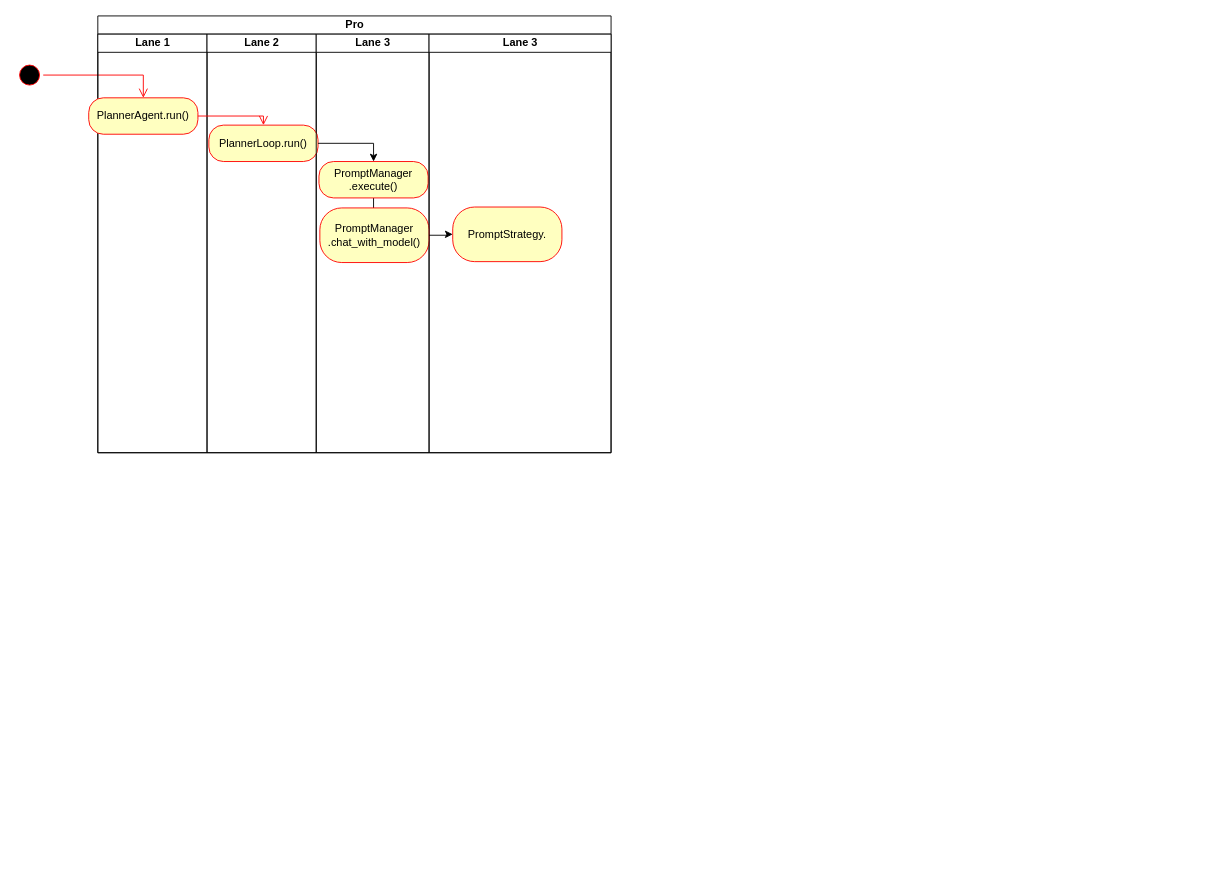
Above: Untitled Diagram.drawio in Significant-Gravitas/AutoGPT (draw.io), before the change. Source tidied: cells renumbered, new cells numbered last; positions are measured from the earlier drawing's top-left corner, leaving out a move shared by most shapes. Both pictures are drawn from the tidied source at 91%, with x=0, y=0 at pixel (15, 15).
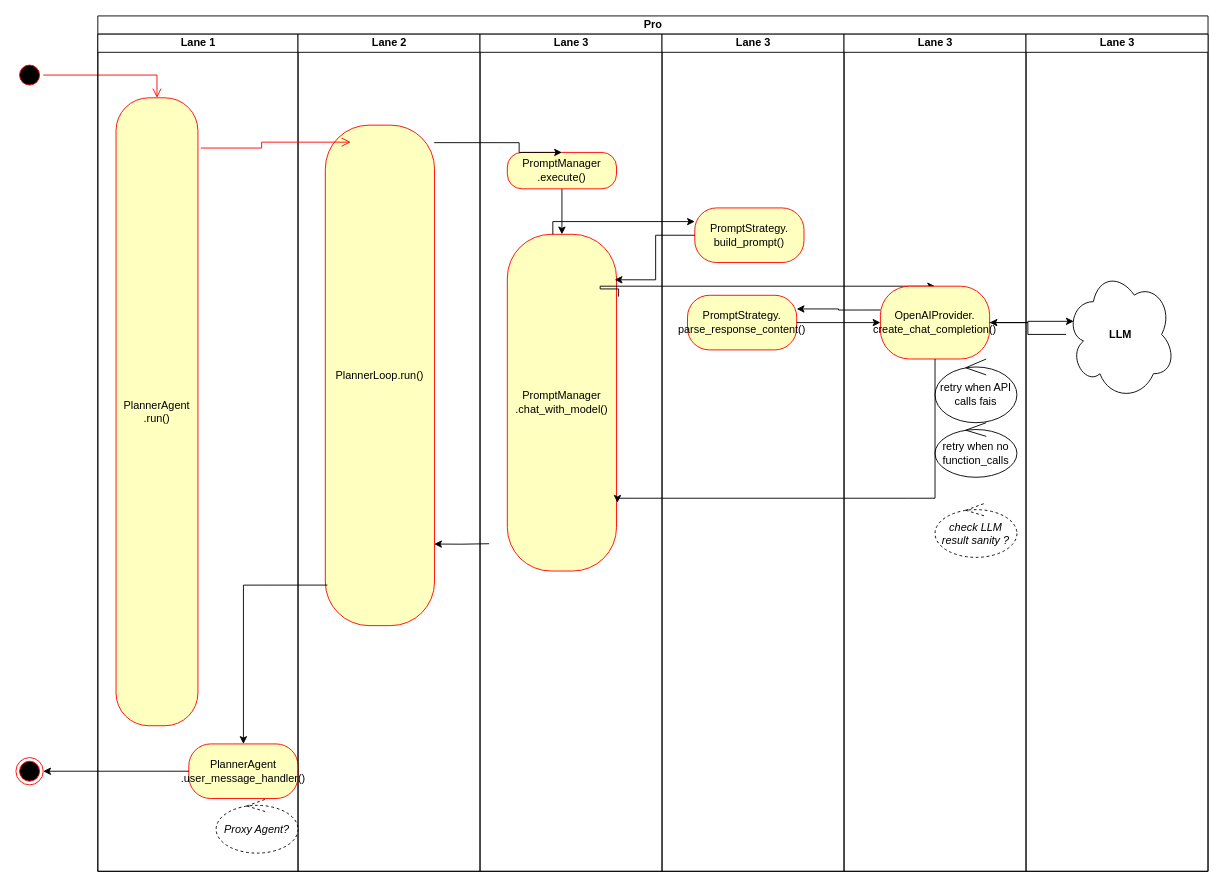
After the change.

Diff of the diagram source:
```diff
@@
     <mxCell id="4" value="Pro" style="swimlane;startSize=20;html=1;" parent="1" vertex="1">
-      <mxGeometry x="90" width="564" height="480" as="geometry" />
+      <mxGeometry x="90" width="1220" height="940" as="geometry" />
     </mxCell>
     <mxCell id="5" value="Lane 1" style="swimlane;startSize=20;html=1;" parent="4" vertex="1">
-      <mxGeometry y="20" width="120" height="460" as="geometry" />
+      <mxGeometry y="20" width="220" height="920" as="geometry" />
     </mxCell>
-    <mxCell id="6" value="PlannerAgent.run()" style="rounded=1;whiteSpace=wrap;html=1;arcSize=40;fontColor=#000000;fillColor=#ffffc0;strokeColor=#ff0000;" parent="5" vertex="1">
-      <mxGeometry x="-10" y="70" width="120" height="40" as="geometry" />
+    <mxCell id="6" value="PlannerAgent .run()" style="rounded=1;whiteSpace=wrap;html=1;arcSize=40;fontColor=#000000;fillColor=#ffffc0;strokeColor=#ff0000;" parent="5" vertex="1">
+      <mxGeometry x="20" y="70" width="90" height="690" as="geometry" />
     </mxCell>
+    <mxCell id="18" value="PlannerAgent .user_message_handler()" style="whiteSpace=wrap;html=1;fillColor=#ffffc0;strokeColor=#ff0000;fontColor=#000000;rounded=1;arcSize=40;" parent="5" vertex="1">
+      <mxGeometry x="100" y="780" width="120" height="60" as="geometry" />
+    </mxCell>
+    <mxCell id="19" value="Proxy Agent?" style="ellipse;shape=umlControl;whiteSpace=wrap;html=1;dashed=1;fontStyle=2;" parent="5" vertex="1">
+      <mxGeometry x="130" y="840" width="90" height="60" as="geometry" />
+    </mxCell>
     <mxCell id="7" value="Lane 2" style="swimlane;startSize=20;html=1;" parent="4" vertex="1">
-      <mxGeometry x="120" y="20" width="120" height="460" as="geometry" />
+      <mxGeometry x="220" y="20" width="200" height="920" as="geometry" />
     </mxCell>
     <mxCell id="8" value="PlannerLoop.run()" style="rounded=1;whiteSpace=wrap;html=1;arcSize=40;fontColor=#000000;fillColor=#ffffc0;strokeColor=#ff0000;" parent="7" vertex="1">
-      <mxGeometry x="2" y="100" width="120" height="40" as="geometry" />
+      <mxGeometry x="30" y="100" width="120" height="550" as="geometry" />
     </mxCell>
     <mxCell id="9" value="Lane 3" style="swimlane;startSize=20;html=1;" parent="4" vertex="1">
-      <mxGeometry x="240" y="20" width="124" height="460" as="geometry" />
+      <mxGeometry x="420" y="20" width="200" height="920" as="geometry" />
     </mxCell>
@@
     <mxCell id="11" value="PromptManager .execute()" style="rounded=1;whiteSpace=wrap;html=1;arcSize=40;fontColor=#000000;fillColor=#ffffc0;strokeColor=#ff0000;" parent="9" vertex="1">
-      <mxGeometry x="3" y="140" width="120" height="40" as="geometry" />
+      <mxGeometry x="30" y="130" width="120" height="40" as="geometry" />
     </mxCell>
     <mxCell id="12" value="PromptManager .chat_with_model()" style="whiteSpace=wrap;html=1;fillColor=#ffffc0;strokeColor=#ff0000;fontColor=#000000;rounded=1;arcSize=40;" parent="9" vertex="1">
-      <mxGeometry x="4" y="191" width="120" height="60" as="geometry" />
+      <mxGeometry x="30" y="220" width="120" height="370" as="geometry" />
     </mxCell>
+    <mxCell id="20" style="edgeStyle=orthogonalEdgeStyle;rounded=0;jettySize=auto;html=1;entryX=0.5;entryY=0;entryDx=0;entryDy=0;exitX=1.019;exitY=0.185;exitDx=0;exitDy=0;exitPerimeter=0;" parent="4" edge="1" source="12" target="23">
+      <mxGeometry relative="1" as="geometry">
+        <Array as="points">
+          <mxPoint x="552" y="300" />
+        </Array>
+      </mxGeometry>
+    </mxCell>
     <mxCell id="13" value="Lane 3" style="swimlane;startSize=20;html=1;" parent="4" vertex="1">
-      <mxGeometry x="364" y="20" width="200" height="460" as="geometry" />
+      <mxGeometry x="620" y="20" width="200" height="920" as="geometry" />
     </mxCell>
-    <mxCell id="14" value="PromptStrategy." style="whiteSpace=wrap;html=1;fillColor=#ffffc0;strokeColor=#ff0000;fontColor=#000000;rounded=1;arcSize=40;" parent="13" vertex="1">
-      <mxGeometry x="26" y="190" width="120" height="60" as="geometry" />
+    <mxCell id="14" value="PromptStrategy.&lt;br&gt;build_prompt()" style="whiteSpace=wrap;html=1;fillColor=#ffffc0;strokeColor=#ff0000;fontColor=#000000;rounded=1;arcSize=40;" parent="13" vertex="1">
+      <mxGeometry x="36" y="191" width="120" height="60" as="geometry" />
     </mxCell>
+    <mxCell id="21" value="PromptStrategy.&lt;br&gt;parse_response_content()" style="whiteSpace=wrap;html=1;fillColor=#ffffc0;strokeColor=#ff0000;fontColor=#000000;rounded=1;arcSize=40;" parent="13" vertex="1">
+      <mxGeometry x="28" y="287" width="120" height="60" as="geometry" />
+    </mxCell>
-    <mxCell id="15" style="edgeStyle=orthogonalEdgeStyle;html=1;verticalAlign=bottom;endArrow=open;endSize=8;strokeColor=#ff0000;rounded=0;entryX=0.5;entryY=0;entryDx=0;entryDy=0;" parent="4" edge="1" source="6" target="8">
+    <mxCell id="15" style="edgeStyle=orthogonalEdgeStyle;html=1;verticalAlign=bottom;endArrow=open;endSize=8;strokeColor=#ff0000;rounded=0;entryX=0.233;entryY=0.034;entryDx=0;entryDy=0;exitX=1.036;exitY=0.08;exitDx=0;exitDy=0;exitPerimeter=0;entryPerimeter=0;" parent="4" edge="1" source="6" target="8">
       <mxGeometry relative="1" as="geometry" />
     </mxCell>
-    <mxCell id="16" style="edgeStyle=orthogonalEdgeStyle;rounded=0;jettySize=auto;html=1;entryX=0.5;entryY=0;entryDx=0;entryDy=0;" parent="4" edge="1" source="8" target="11">
-      <mxGeometry relative="1" as="geometry" />
+    <mxCell id="16" style="edgeStyle=orthogonalEdgeStyle;rounded=0;jettySize=auto;html=1;entryX=0.5;entryY=0;entryDx=0;entryDy=0;exitX=0.997;exitY=0.035;exitDx=0;exitDy=0;exitPerimeter=0;" parent="4" edge="1" source="8" target="11">
+      <mxGeometry relative="1" as="geometry">
+        <Array as="points">
+          <mxPoint x="463" y="139" />
+        </Array>
+      </mxGeometry>
     </mxCell>
-    <mxCell id="17" style="edgeStyle=orthogonalEdgeStyle;rounded=0;jettySize=auto;html=1;" parent="4" edge="1" source="12" target="14">
-      <mxGeometry relative="1" as="geometry" />
+    <mxCell id="17" style="edgeStyle=orthogonalEdgeStyle;rounded=0;jettySize=auto;html=1;entryX=0;entryY=0.25;entryDx=0;entryDy=0;" parent="4" edge="1" source="12" target="14">
+      <mxGeometry relative="1" as="geometry">
+        <Array as="points">
+          <mxPoint x="500" y="226" />
+        </Array>
+      </mxGeometry>
     </mxCell>
+    <mxCell id="22" value="Lane 3" style="swimlane;startSize=20;html=1;" parent="4" vertex="1">
+      <mxGeometry x="820" y="20" width="200" height="920" as="geometry" />
+    </mxCell>
+    <mxCell id="23" value="OpenAIProvider.&lt;br&gt;create_chat_completion()" style="whiteSpace=wrap;html=1;fillColor=#ffffc0;strokeColor=#ff0000;fontColor=#000000;rounded=1;arcSize=40;" parent="22" vertex="1">
+      <mxGeometry x="40" y="277" width="120" height="80" as="geometry" />
+    </mxCell>
+    <mxCell id="24" value="retry when API calls fais" style="ellipse;shape=umlControl;whiteSpace=wrap;html=1;" parent="22" vertex="1">
+      <mxGeometry x="100" y="357" width="90" height="70" as="geometry" />
+    </mxCell>
+    <mxCell id="25" value="retry when no function_calls" style="ellipse;shape=umlControl;whiteSpace=wrap;html=1;" parent="22" vertex="1">
+      <mxGeometry x="100" y="427" width="90" height="60" as="geometry" />
+    </mxCell>
+    <mxCell id="26" value="check LLM result sanity ?" style="ellipse;shape=umlControl;whiteSpace=wrap;html=1;dashed=1;fontStyle=2;" parent="22" vertex="1">
+      <mxGeometry x="100" y="515" width="90" height="60" as="geometry" />
+    </mxCell>
+    <mxCell id="27" style="edgeStyle=orthogonalEdgeStyle;rounded=0;jettySize=auto;html=1;exitX=0;exitY=0.5;exitDx=0;exitDy=0;entryX=0.983;entryY=0.135;entryDx=0;entryDy=0;entryPerimeter=0;" parent="4" edge="1" source="14" target="12">
+      <mxGeometry relative="1" as="geometry" />
+    </mxCell>
+    <mxCell id="28" style="edgeStyle=orthogonalEdgeStyle;rounded=0;jettySize=auto;html=1;entryX=1;entryY=0.25;entryDx=0;entryDy=0;exitX=0;exitY=0.327;exitDx=0;exitDy=0;exitPerimeter=0;" parent="4" edge="1" source="23" target="21">
+      <mxGeometry relative="1" as="geometry" />
+    </mxCell>
+    <mxCell id="29" style="edgeStyle=orthogonalEdgeStyle;rounded=0;jettySize=auto;html=1;exitX=0.5;exitY=1;exitDx=0;exitDy=0;entryX=1.008;entryY=0.797;entryDx=0;entryDy=0;entryPerimeter=0;" parent="4" edge="1" source="23" target="12">
+      <mxGeometry relative="1" as="geometry">
+        <Array as="points">
+          <mxPoint x="890" y="530" />
+          <mxPoint x="551" y="530" />
+        </Array>
+      </mxGeometry>
+    </mxCell>
+    <mxCell id="30" style="edgeStyle=orthogonalEdgeStyle;rounded=0;jettySize=auto;html=1;" parent="4" edge="1" source="21" target="23">
+      <mxGeometry relative="1" as="geometry" />
+    </mxCell>
+    <mxCell id="31" value="Lane 3" style="swimlane;startSize=20;html=1;" parent="4" vertex="1">
+      <mxGeometry x="1020" y="20" width="200" height="920" as="geometry" />
+    </mxCell>
+    <mxCell id="32" value="&lt;b&gt;LLM&lt;/b&gt;" style="ellipse;shape=cloud;whiteSpace=wrap;html=1;" parent="31" vertex="1">
+      <mxGeometry x="44" y="258" width="120" height="144" as="geometry" />
+    </mxCell>
+    <mxCell id="33" style="edgeStyle=orthogonalEdgeStyle;rounded=0;jettySize=auto;html=1;entryX=0.07;entryY=0.4;entryDx=0;entryDy=0;entryPerimeter=0;" parent="4" edge="1" source="23" target="32">
+      <mxGeometry relative="1" as="geometry" />
+    </mxCell>
+    <mxCell id="34" style="edgeStyle=orthogonalEdgeStyle;rounded=0;jettySize=auto;html=1;" parent="4" edge="1" source="32" target="23">
+      <mxGeometry relative="1" as="geometry" />
+    </mxCell>
+    <mxCell id="35" style="edgeStyle=orthogonalEdgeStyle;rounded=0;jettySize=auto;html=1;entryX=0.997;entryY=0.837;entryDx=0;entryDy=0;entryPerimeter=0;" parent="4" edge="1" target="8">
+      <mxGeometry relative="1" as="geometry">
+        <mxPoint x="430" y="580" as="sourcePoint" />
+      </mxGeometry>
+    </mxCell>
+    <mxCell id="36" style="edgeStyle=orthogonalEdgeStyle;rounded=0;jettySize=auto;html=1;exitX=0.019;exitY=0.919;exitDx=0;exitDy=0;exitPerimeter=0;entryX=0.5;entryY=0;entryDx=0;entryDy=0;" parent="4" edge="1" source="8" target="18">
+      <mxGeometry relative="1" as="geometry" />
+    </mxCell>
+    <mxCell id="37" style="ellipse;html=1;shape=endState;fillColor=#000000;strokeColor=#ff0000;" parent="1" vertex="1">
+      <mxGeometry y="815" width="30" height="30" as="geometry" />
+    </mxCell>
+    <mxCell id="38" style="edgeStyle=orthogonalEdgeStyle;rounded=0;jettySize=auto;html=1;exitX=0;exitY=0.5;exitDx=0;exitDy=0;" parent="1" edge="1" source="18" target="37">
+      <mxGeometry relative="1" as="geometry" />
+    </mxCell>
```
